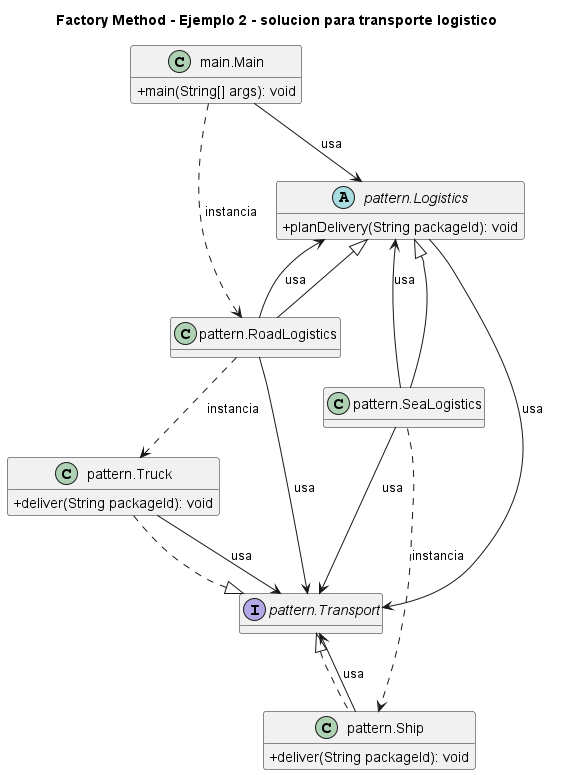
This is 1. Creacionales/Factory Method/Ejemplo 2 - solucion para transporte logistico/UML.png from NicoCG32/Patrones-de-Software-y-Programacion-UCN, a PlantUML export, as it was before one commit.
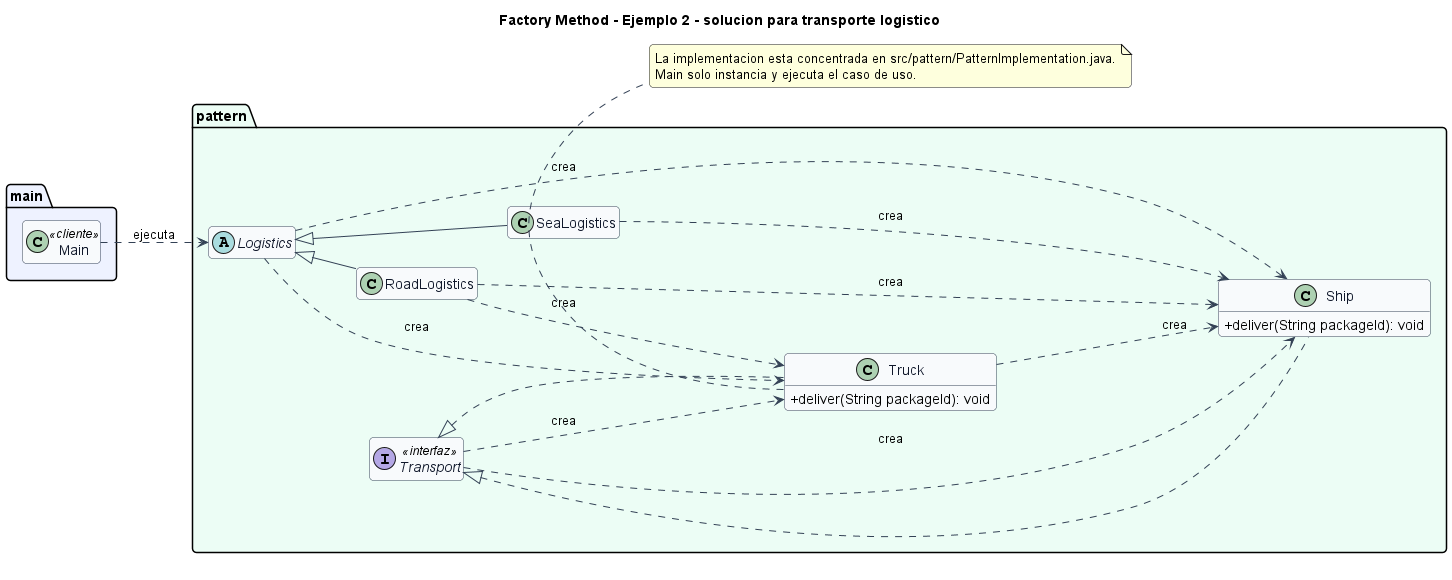
Later version of the same file.

The edit, as a diff of the source:
```diff
@@ -1,38 +1,55 @@
 @startuml
 title Factory Method - Ejemplo 2 - solucion para transporte logistico
+left to right direction
+skinparam backgroundColor #FFFFFF
+skinparam shadowing false
+skinparam roundcorner 8
 skinparam classAttributeIconSize 0
-hide empty fields
-class "main.Main" as main_Main {
-  +main(String[] args): void
+skinparam class {
+  BackgroundColor #F8FAFC
+  BorderColor #334155
+  ArrowColor #334155
+  FontColor #0F172A
 }
-abstract class "pattern.Logistics" as pattern_Logistics {
-  +planDelivery(String packageId): void
+hide empty members
+
+package "main" #EEF2FF {
+  class Main <<cliente>>
 }
-class "pattern.RoadLogistics" as pattern_RoadLogistics {
+
+package "pattern" #ECFDF5 {
+  abstract class Logistics {
+  }
+  class RoadLogistics {
+  }
+  class SeaLogistics {
+  }
+  class Ship {
+    +deliver(String packageId): void
+  }
+  interface Transport <<interfaz>> {
+  }
+  class Truck {
+    +deliver(String packageId): void
+  }
 }
-class "pattern.SeaLogistics" as pattern_SeaLogistics {
-}
-class "pattern.Ship" as pattern_Ship {
-  +deliver(String packageId): void
-}
-interface "pattern.Transport" as pattern_Transport {
-}
-class "pattern.Truck" as pattern_Truck {
-  +deliver(String packageId): void
-}
-pattern_Logistics <|-- pattern_RoadLogistics
-pattern_Logistics <|-- pattern_SeaLogistics
-pattern_Transport <|.. pattern_Ship
-pattern_Transport <|.. pattern_Truck
-main_Main --> pattern_Logistics : usa
-main_Main ..> pattern_RoadLogistics : instancia
-pattern_Logistics --> pattern_Transport : usa
-pattern_RoadLogistics --> pattern_Logistics : usa
-pattern_RoadLogistics --> pattern_Transport : usa
-pattern_RoadLogistics ..> pattern_Truck : instancia
-pattern_SeaLogistics --> pattern_Logistics : usa
-pattern_SeaLogistics ..> pattern_Ship : instancia
-pattern_SeaLogistics --> pattern_Transport : usa
-pattern_Ship --> pattern_Transport : usa
-pattern_Truck --> pattern_Transport : usa
+
+Logistics <|-- RoadLogistics
+Logistics <|-- SeaLogistics
+Transport <|.. Ship
+Transport <|.. Truck
+Logistics ..> Truck : crea
+Logistics ..> Ship : crea
+RoadLogistics ..> Truck : crea
+RoadLogistics ..> Ship : crea
+SeaLogistics ..> Ship : crea
+Transport ..> Truck : crea
+Transport ..> Ship : crea
+Truck ..> Ship : crea
+Main ..> Logistics : ejecuta
+
+note bottom
+La implementacion esta concentrada en src/pattern/PatternImplementation.java.
+Main solo instancia y ejecuta el caso de uso.
+end note
 @enduml
```
